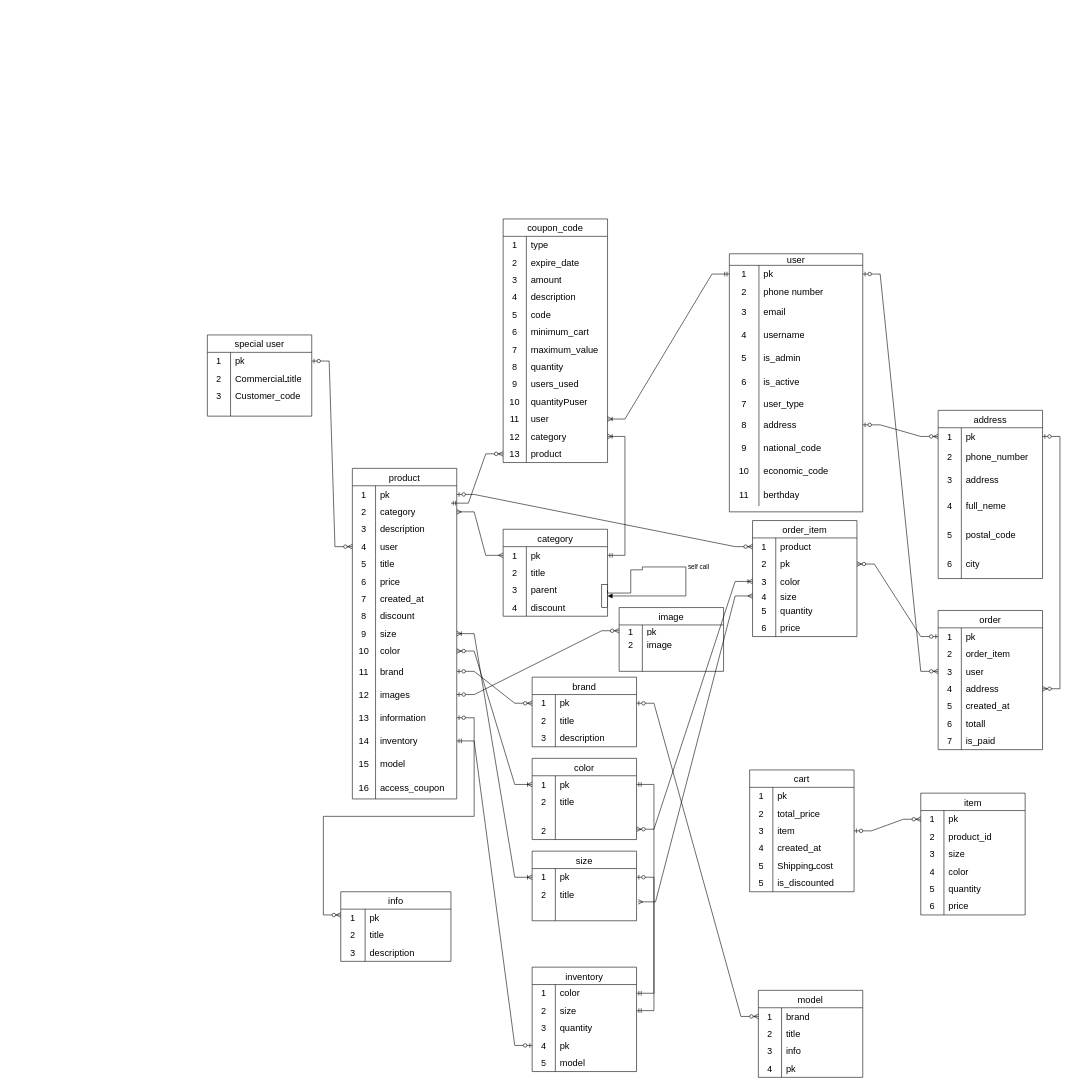
Earlier version of the draw.io diagram shop.drawio (amir1rj/blog). Source tidied: cells renumbered, new cells numbered last; positions are measured from the earlier drawing's top-left corner, leaving out a move shared by most shapes. Both pictures are drawn from the tidied source at 58%, with x=0, y=0 at pixel (-42, 219).
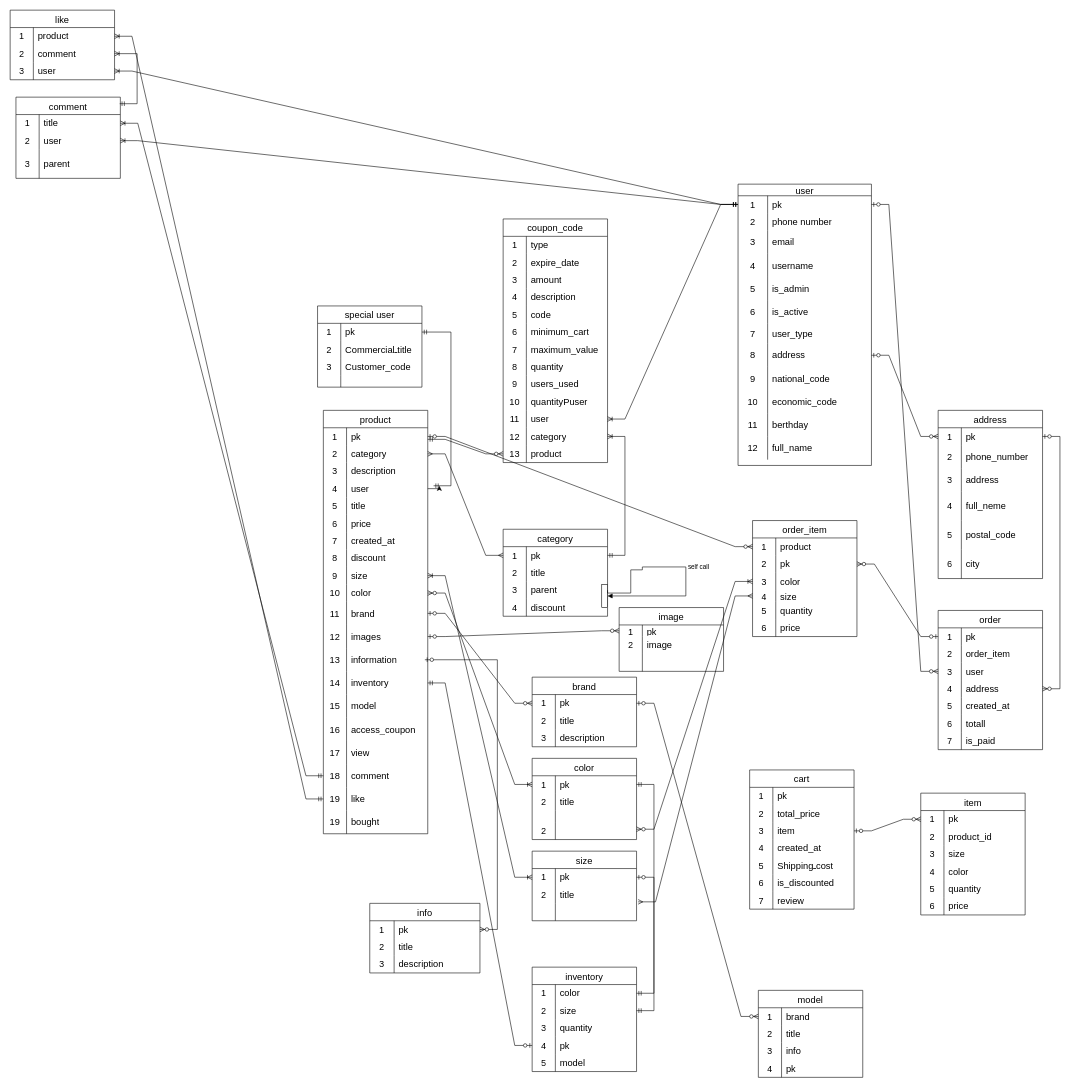
Above is the later version.

Unchanged cells that the change refers to:
```xml
<mxCell id="3" style="shape=tableRow;horizontal=0;startSize=0;swimlaneHead=0;swimlaneBody=0;top=0;left=0;bottom=0;right=0;fillColor=none;points=[[0,0.5],[1,0.5]];portConstraint=eastwest;strokeColor=inherit;fontSize=16;" parent="2" vertex="1">
  <mxGeometry y="20" width="230" height="30" as="geometry" />
</mxCell>
<mxCell id="37" style="shape=tableRow;horizontal=0;startSize=0;swimlaneHead=0;swimlaneBody=0;top=0;left=0;bottom=0;right=0;fillColor=none;points=[[0,0.5],[1,0.5]];portConstraint=eastwest;strokeColor=inherit;fontSize=16;" parent="36" vertex="1">
  <mxGeometry y="30" width="180" height="30" as="geometry" />
</mxCell>
<mxCell id="59" style="shape=tableRow;horizontal=0;startSize=0;swimlaneHead=0;swimlaneBody=0;top=0;left=0;bottom=0;right=0;fillColor=none;points=[[0,0.5],[1,0.5]];portConstraint=eastwest;strokeColor=inherit;fontSize=16;" parent="49" vertex="1">
  <mxGeometry y="120" width="180" height="30" as="geometry" />
</mxCell>
<mxCell id="86" style="shape=tableRow;horizontal=0;startSize=0;swimlaneHead=0;swimlaneBody=0;top=0;left=0;bottom=0;right=0;fillColor=none;points=[[0,0.5],[1,0.5]];portConstraint=eastwest;strokeColor=inherit;fontSize=16;" parent="49" vertex="1">
  <mxGeometry y="410" width="180" height="40" as="geometry" />
</mxCell>
<mxCell id="180" style="shape=tableRow;horizontal=0;startSize=0;swimlaneHead=0;swimlaneBody=0;top=0;left=0;bottom=0;right=0;fillColor=none;points=[[0,0.5],[1,0.5]];portConstraint=eastwest;strokeColor=inherit;fontSize=16;" parent="179" vertex="1">
  <mxGeometry y="30" width="190" height="30" as="geometry" />
</mxCell>
<mxCell id="227" style="shape=tableRow;horizontal=0;startSize=0;swimlaneHead=0;swimlaneBody=0;top=0;left=0;bottom=0;right=0;fillColor=none;points=[[0,0.5],[1,0.5]];portConstraint=eastwest;strokeColor=inherit;fontSize=16;" parent="190" vertex="1">
  <mxGeometry y="390" width="180" height="30" as="geometry" />
</mxCell>
<mxCell id="326" style="shape=tableRow;horizontal=0;startSize=0;swimlaneHead=0;swimlaneBody=0;top=0;left=0;bottom=0;right=0;fillColor=none;strokeColor=inherit;fontSize=16;" parent="310" vertex="1">
  <mxGeometry y="180" width="180" height="30" as="geometry" />
</mxCell>
```

The edit, as a diff of the source:
```diff
@@
     <mxCell id="2" value="user" style="shape=table;startSize=20;childLayout=tableLayout;rowLines=0;fontStyle=0;strokeColor=default;fontSize=16;" parent="1" vertex="1">
-      <mxGeometry x="1330" y="60" width="230" height="445" as="geometry" />
+      <mxGeometry x="1345" y="-60" width="230" height="485" as="geometry" />
     </mxCell>
@@
+    <mxCell id="355" style="shape=tableRow;horizontal=0;startSize=0;swimlaneHead=0;swimlaneBody=0;top=0;left=0;bottom=0;right=0;fillColor=none;strokeColor=inherit;fontSize=16;" parent="2" vertex="1">
+      <mxGeometry y="435" width="230" height="40" as="geometry" />
+    </mxCell>
+    <mxCell id="356" value="12" style="shape=partialRectangle;html=1;whiteSpace=wrap;fillColor=none;top=0;left=0;bottom=0;right=0;overflow=hidden;strokeColor=inherit;fontSize=16;" parent="355" vertex="1">
+      <mxGeometry width="51" height="40" as="geometry" />
+    </mxCell>
+    <mxCell id="357" value="full_name" style="shape=partialRectangle;html=1;whiteSpace=wrap;fillColor=none;top=0;left=0;bottom=0;right=0;align=left;spacingLeft=6;overflow=hidden;strokeColor=inherit;fontSize=16;" parent="355" vertex="1">
+      <mxGeometry x="51" width="179" height="40" as="geometry" />
+    </mxCell>
     <mxCell id="36" value="special user" style="shape=table;startSize=30;childLayout=tableLayout;rowLines=0;fontStyle=0;strokeColor=default;fontSize=16;" parent="1" vertex="1">
-      <mxGeometry x="430" y="200" width="180" height="140" as="geometry" />
+      <mxGeometry x="620" y="150" width="180" height="140" as="geometry" />
     </mxCell>
@@
     <mxCell id="49" value="product" style="shape=table;startSize=30;childLayout=tableLayout;rowLines=0;fontStyle=0;strokeColor=default;fontSize=16;" parent="1" vertex="1">
-      <mxGeometry x="680" y="430" width="180" height="570" as="geometry" />
+      <mxGeometry x="630" y="330" width="180" height="730" as="geometry" />
     </mxCell>
@@
+    <mxCell id="358" style="shape=tableRow;horizontal=0;startSize=0;swimlaneHead=0;swimlaneBody=0;top=0;left=0;bottom=0;right=0;fillColor=none;strokeColor=inherit;fontSize=16;" parent="49" vertex="1">
+      <mxGeometry y="570" width="180" height="40" as="geometry" />
+    </mxCell>
+    <mxCell id="359" value="17" style="shape=partialRectangle;html=1;whiteSpace=wrap;fillColor=none;top=0;left=0;bottom=0;right=0;overflow=hidden;strokeColor=inherit;fontSize=16;" parent="358" vertex="1">
+      <mxGeometry width="40" height="40" as="geometry" />
+    </mxCell>
+    <mxCell id="360" value="view" style="shape=partialRectangle;html=1;whiteSpace=wrap;fillColor=none;top=0;left=0;bottom=0;right=0;align=left;spacingLeft=6;overflow=hidden;strokeColor=inherit;fontSize=16;" parent="358" vertex="1">
+      <mxGeometry x="40" width="140" height="40" as="geometry" />
+    </mxCell>
+    <mxCell id="361" style="shape=tableRow;horizontal=0;startSize=0;swimlaneHead=0;swimlaneBody=0;top=0;left=0;bottom=0;right=0;fillColor=none;points=[[0,0.5],[1,0.5]];portConstraint=eastwest;strokeColor=inherit;fontSize=16;" parent="49" vertex="1">
+      <mxGeometry y="610" width="180" height="40" as="geometry" />
+    </mxCell>
+    <mxCell id="362" value="18" style="shape=partialRectangle;html=1;whiteSpace=wrap;fillColor=none;top=0;left=0;bottom=0;right=0;overflow=hidden;strokeColor=inherit;fontSize=16;" parent="361" vertex="1">
+      <mxGeometry width="40" height="40" as="geometry" />
+    </mxCell>
+    <mxCell id="363" value="comment" style="shape=partialRectangle;html=1;whiteSpace=wrap;fillColor=none;top=0;left=0;bottom=0;right=0;align=left;spacingLeft=6;overflow=hidden;strokeColor=inherit;fontSize=16;" parent="361" vertex="1">
+      <mxGeometry x="40" width="140" height="40" as="geometry" />
+    </mxCell>
+    <mxCell id="364" style="shape=tableRow;horizontal=0;startSize=0;swimlaneHead=0;swimlaneBody=0;top=0;left=0;bottom=0;right=0;fillColor=none;points=[[0,0.5],[1,0.5]];portConstraint=eastwest;strokeColor=inherit;fontSize=16;" parent="49" vertex="1">
+      <mxGeometry y="650" width="180" height="40" as="geometry" />
+    </mxCell>
+    <mxCell id="365" value="19" style="shape=partialRectangle;html=1;whiteSpace=wrap;fillColor=none;top=0;left=0;bottom=0;right=0;overflow=hidden;strokeColor=inherit;fontSize=16;" parent="364" vertex="1">
+      <mxGeometry width="40" height="40" as="geometry" />
+    </mxCell>
+    <mxCell id="366" value="like" style="shape=partialRectangle;html=1;whiteSpace=wrap;fillColor=none;top=0;left=0;bottom=0;right=0;align=left;spacingLeft=6;overflow=hidden;strokeColor=inherit;fontSize=16;" parent="364" vertex="1">
+      <mxGeometry x="40" width="140" height="40" as="geometry" />
+    </mxCell>
+    <mxCell id="367" style="shape=tableRow;horizontal=0;startSize=0;swimlaneHead=0;swimlaneBody=0;top=0;left=0;bottom=0;right=0;fillColor=none;strokeColor=inherit;fontSize=16;" parent="49" vertex="1">
+      <mxGeometry y="690" width="180" height="40" as="geometry" />
+    </mxCell>
+    <mxCell id="368" value="19" style="shape=partialRectangle;html=1;whiteSpace=wrap;fillColor=none;top=0;left=0;bottom=0;right=0;overflow=hidden;strokeColor=inherit;fontSize=16;" parent="367" vertex="1">
+      <mxGeometry width="40" height="40" as="geometry" />
+    </mxCell>
+    <mxCell id="369" value="bought" style="shape=partialRectangle;html=1;whiteSpace=wrap;fillColor=none;top=0;left=0;bottom=0;right=0;align=left;spacingLeft=6;overflow=hidden;strokeColor=inherit;fontSize=16;" parent="367" vertex="1">
+      <mxGeometry x="40" width="140" height="40" as="geometry" />
+    </mxCell>
@@
     <mxCell id="179" value="info" style="shape=table;startSize=30;childLayout=tableLayout;rowLines=0;fontStyle=0;strokeColor=default;fontSize=16;" parent="1" vertex="1">
-      <mxGeometry x="660" y="1160" width="190" height="120" as="geometry" />
+      <mxGeometry x="710" y="1180" width="190" height="120" as="geometry" />
     </mxCell>
@@
-    <mxCell id="189" style="edgeStyle=entityRelationEdgeStyle;fontSize=12;html=1;endArrow=ERzeroToMany;startArrow=ERzeroToOne;rounded=0;exitX=1;exitY=0.5;exitDx=0;exitDy=0;" parent="1" edge="1" source="86">
+    <mxCell id="189" style="edgeStyle=entityRelationEdgeStyle;fontSize=12;html=1;endArrow=ERzeroToMany;startArrow=ERzeroToOne;rounded=0;exitX=1;exitY=0.5;exitDx=0;exitDy=0;" parent="1" edge="1" target="180">
       <mxGeometry relative="1" as="geometry">
-        <mxPoint x="660" y="1200" as="targetPoint" />
+        <mxPoint x="805" y="760" as="sourcePoint" />
         <Array as="points">
-          <mxPoint x="920" y="1070" />
+          <mxPoint x="915" y="1060" />
         </Array>
       </mxGeometry>
     </mxCell>
@@
-    <mxCell id="230" style="edgeStyle=entityRelationEdgeStyle;fontSize=12;html=1;endArrow=ERzeroToMany;startArrow=ERzeroToOne;rounded=0;exitX=1;exitY=0.5;exitDx=0;exitDy=0;entryX=0;entryY=0.5;entryDx=0;entryDy=0;" parent="1" edge="1" source="37" target="59">
-      <mxGeometry relative="1" as="geometry">
-        <Array as="points">
-          <mxPoint x="640" y="480" />
-        </Array>
-      </mxGeometry>
-    </mxCell>
@@
     <mxCell id="310" value="cart" style="shape=table;startSize=30;childLayout=tableLayout;rowLines=0;fontStyle=0;strokeColor=default;fontSize=16;" parent="1" vertex="1">
-      <mxGeometry x="1365" y="950" width="180" height="210" as="geometry" />
+      <mxGeometry x="1365" y="950" width="180" height="240" as="geometry" />
     </mxCell>
@@
-    <mxCell id="327" value="5" style="shape=partialRectangle;html=1;whiteSpace=wrap;fillColor=none;top=0;left=0;bottom=0;right=0;overflow=hidden;strokeColor=inherit;fontSize=16;" parent="326" vertex="1">
+    <mxCell id="327" value="6" style="shape=partialRectangle;html=1;whiteSpace=wrap;fillColor=none;top=0;left=0;bottom=0;right=0;overflow=hidden;strokeColor=inherit;fontSize=16;" parent="326" vertex="1">
       <mxGeometry width="40" height="30" as="geometry" />
     </mxCell>
@@
+    <mxCell id="370" style="shape=tableRow;horizontal=0;startSize=0;swimlaneHead=0;swimlaneBody=0;top=0;left=0;bottom=0;right=0;fillColor=none;strokeColor=inherit;fontSize=16;" parent="310" vertex="1">
+      <mxGeometry y="210" width="180" height="30" as="geometry" />
+    </mxCell>
+    <mxCell id="371" value="7" style="shape=partialRectangle;html=1;whiteSpace=wrap;fillColor=none;top=0;left=0;bottom=0;right=0;overflow=hidden;strokeColor=inherit;fontSize=16;" parent="370" vertex="1">
+      <mxGeometry width="40" height="30" as="geometry" />
+    </mxCell>
+    <mxCell id="372" value="review" style="shape=partialRectangle;html=1;whiteSpace=wrap;fillColor=none;top=0;left=0;bottom=0;right=0;align=left;spacingLeft=6;overflow=hidden;strokeColor=inherit;fontSize=16;" parent="370" vertex="1">
+      <mxGeometry x="40" width="140" height="30" as="geometry" />
+    </mxCell>
@@
-    <mxCell id="353" style="edgeStyle=entityRelationEdgeStyle;fontSize=12;html=1;endArrow=ERzeroToMany;startArrow=ERmandOne;rounded=0;exitX=1;exitY=0.5;exitDx=0;exitDy=0;entryX=0;entryY=0.5;entryDx=0;entryDy=0;" parent="1" edge="1" target="227">
+    <mxCell id="353" style="edgeStyle=entityRelationEdgeStyle;fontSize=12;html=1;endArrow=ERzeroToMany;startArrow=ERmandOne;rounded=0;entryX=0;entryY=0.5;entryDx=0;entryDy=0;" parent="1" edge="1" target="227">
       <mxGeometry relative="1" as="geometry">
-        <mxPoint x="850" y="490" as="sourcePoint" />
+        <mxPoint x="810" y="380" as="sourcePoint" />
         <Array as="points">
           <mxPoint x="1110" y="415" />
         </Array>
       </mxGeometry>
     </mxCell>
@@
+    <mxCell id="373" value="comment" style="shape=table;startSize=30;childLayout=tableLayout;rowLines=0;fontStyle=0;strokeColor=default;fontSize=16;" parent="1" vertex="1">
+      <mxGeometry x="100" y="-210" width="180" height="140" as="geometry" />
+    </mxCell>
+    <mxCell id="374" style="shape=tableRow;horizontal=0;startSize=0;swimlaneHead=0;swimlaneBody=0;top=0;left=0;bottom=0;right=0;fillColor=none;points=[[0,0.5],[1,0.5]];portConstraint=eastwest;strokeColor=inherit;fontSize=16;" parent="373" vertex="1">
+      <mxGeometry y="30" width="180" height="30" as="geometry" />
+    </mxCell>
+    <mxCell id="375" value="1" style="shape=partialRectangle;html=1;whiteSpace=wrap;fillColor=none;top=0;left=0;bottom=0;right=0;overflow=hidden;strokeColor=inherit;fontSize=16;" parent="374" vertex="1">
+      <mxGeometry width="40" height="30" as="geometry" />
+    </mxCell>
+    <mxCell id="376" value="title" style="shape=partialRectangle;html=1;whiteSpace=wrap;fillColor=none;top=0;left=0;bottom=0;right=0;align=left;spacingLeft=6;overflow=hidden;strokeColor=inherit;fontSize=16;" parent="374" vertex="1">
+      <mxGeometry x="40" width="140" height="30" as="geometry" />
+    </mxCell>
+    <mxCell id="377" style="shape=tableRow;horizontal=0;startSize=0;swimlaneHead=0;swimlaneBody=0;top=0;left=0;bottom=0;right=0;fillColor=none;points=[[0,0.5],[1,0.5]];portConstraint=eastwest;strokeColor=inherit;fontSize=16;" parent="373" vertex="1">
+      <mxGeometry y="60" width="180" height="30" as="geometry" />
+    </mxCell>
+    <mxCell id="378" value="2" style="shape=partialRectangle;html=1;whiteSpace=wrap;fillColor=none;top=0;left=0;bottom=0;right=0;overflow=hidden;strokeColor=inherit;fontSize=16;" parent="377" vertex="1">
+      <mxGeometry width="40" height="30" as="geometry" />
+    </mxCell>
+    <mxCell id="379" value="user" style="shape=partialRectangle;html=1;whiteSpace=wrap;fillColor=none;top=0;left=0;bottom=0;right=0;align=left;spacingLeft=6;overflow=hidden;strokeColor=inherit;fontSize=16;" parent="377" vertex="1">
+      <mxGeometry x="40" width="140" height="30" as="geometry" />
+    </mxCell>
+    <mxCell id="380" style="shape=tableRow;horizontal=0;startSize=0;swimlaneHead=0;swimlaneBody=0;top=0;left=0;bottom=0;right=0;fillColor=none;strokeColor=inherit;fontSize=16;" parent="373" vertex="1">
+      <mxGeometry y="90" width="180" height="50" as="geometry" />
+    </mxCell>
+    <mxCell id="381" value="3" style="shape=partialRectangle;html=1;whiteSpace=wrap;fillColor=none;top=0;left=0;bottom=0;right=0;overflow=hidden;strokeColor=inherit;fontSize=16;" parent="380" vertex="1">
+      <mxGeometry width="40" height="50" as="geometry" />
+    </mxCell>
+    <mxCell id="382" value="parent" style="shape=partialRectangle;html=1;whiteSpace=wrap;fillColor=none;top=0;left=0;bottom=0;right=0;align=left;spacingLeft=6;overflow=hidden;strokeColor=inherit;fontSize=16;" parent="380" vertex="1">
+      <mxGeometry x="40" width="140" height="50" as="geometry" />
+    </mxCell>
+    <mxCell id="383" style="edgeStyle=entityRelationEdgeStyle;fontSize=12;html=1;endArrow=ERoneToMany;startArrow=ERmandOne;rounded=0;entryX=1;entryY=0.5;entryDx=0;entryDy=0;exitX=0;exitY=0.5;exitDx=0;exitDy=0;" parent="1" edge="1" source="361" target="374">
+      <mxGeometry relative="1" as="geometry" />
+    </mxCell>
+    <mxCell id="384" value="like" style="shape=table;startSize=30;childLayout=tableLayout;rowLines=0;fontStyle=0;strokeColor=default;fontSize=16;" parent="1" vertex="1">
+      <mxGeometry x="90" y="-360" width="180" height="120" as="geometry" />
+    </mxCell>
+    <mxCell id="385" style="shape=tableRow;horizontal=0;startSize=0;swimlaneHead=0;swimlaneBody=0;top=0;left=0;bottom=0;right=0;fillColor=none;points=[[0,0.5],[1,0.5]];portConstraint=eastwest;strokeColor=inherit;fontSize=16;" parent="384" vertex="1">
+      <mxGeometry y="30" width="180" height="30" as="geometry" />
+    </mxCell>
+    <mxCell id="386" value="1" style="shape=partialRectangle;html=1;whiteSpace=wrap;fillColor=none;top=0;left=0;bottom=0;right=0;overflow=hidden;strokeColor=inherit;fontSize=16;" parent="385" vertex="1">
+      <mxGeometry width="40" height="30" as="geometry" />
+    </mxCell>
+    <mxCell id="387" value="product" style="shape=partialRectangle;html=1;whiteSpace=wrap;fillColor=none;top=0;left=0;bottom=0;right=0;align=left;spacingLeft=6;overflow=hidden;strokeColor=inherit;fontSize=16;" parent="385" vertex="1">
+      <mxGeometry x="40" width="140" height="30" as="geometry" />
+    </mxCell>
+    <mxCell id="388" style="shape=tableRow;horizontal=0;startSize=0;swimlaneHead=0;swimlaneBody=0;top=0;left=0;bottom=0;right=0;fillColor=none;points=[[0,0.5],[1,0.5]];portConstraint=eastwest;strokeColor=inherit;fontSize=16;" parent="384" vertex="1">
+      <mxGeometry y="60" width="180" height="30" as="geometry" />
+    </mxCell>
+    <mxCell id="389" value="2" style="shape=partialRectangle;html=1;whiteSpace=wrap;fillColor=none;top=0;left=0;bottom=0;right=0;overflow=hidden;strokeColor=inherit;fontSize=16;" parent="388" vertex="1">
+      <mxGeometry width="40" height="30" as="geometry" />
+    </mxCell>
+    <mxCell id="390" value="comment" style="shape=partialRectangle;html=1;whiteSpace=wrap;fillColor=none;top=0;left=0;bottom=0;right=0;align=left;spacingLeft=6;overflow=hidden;strokeColor=inherit;fontSize=16;" parent="388" vertex="1">
+      <mxGeometry x="40" width="140" height="30" as="geometry" />
+    </mxCell>
+    <mxCell id="391" style="shape=tableRow;horizontal=0;startSize=0;swimlaneHead=0;swimlaneBody=0;top=0;left=0;bottom=0;right=0;fillColor=none;points=[[0,0.5],[1,0.5]];portConstraint=eastwest;strokeColor=inherit;fontSize=16;" parent="384" vertex="1">
+      <mxGeometry y="90" width="180" height="30" as="geometry" />
+    </mxCell>
+    <mxCell id="392" value="3" style="shape=partialRectangle;html=1;whiteSpace=wrap;fillColor=none;top=0;left=0;bottom=0;right=0;overflow=hidden;strokeColor=inherit;fontSize=16;" parent="391" vertex="1">
+      <mxGeometry width="40" height="30" as="geometry" />
+    </mxCell>
+    <mxCell id="393" value="user" style="shape=partialRectangle;html=1;whiteSpace=wrap;fillColor=none;top=0;left=0;bottom=0;right=0;align=left;spacingLeft=6;overflow=hidden;strokeColor=inherit;fontSize=16;" parent="391" vertex="1">
+      <mxGeometry x="40" width="140" height="30" as="geometry" />
+    </mxCell>
+    <mxCell id="394" style="edgeStyle=entityRelationEdgeStyle;fontSize=12;html=1;endArrow=ERoneToMany;startArrow=ERmandOne;rounded=0;entryX=1;entryY=0.5;entryDx=0;entryDy=0;" parent="1" edge="1" source="3" target="391">
+      <mxGeometry relative="1" as="geometry" />
+    </mxCell>
+    <mxCell id="395" style="edgeStyle=entityRelationEdgeStyle;fontSize=12;html=1;endArrow=ERmandOne;startArrow=ERmandOne;rounded=0;entryX=1;entryY=0.5;entryDx=0;entryDy=0;" parent="1" edge="1" target="37">
+      <mxGeometry relative="1" as="geometry">
+        <mxPoint x="820" y="460" as="sourcePoint" />
+      </mxGeometry>
+    </mxCell>
+    <mxCell id="396" style="edgeStyle=orthogonalEdgeStyle;rounded=0;jettySize=auto;html=1;exitX=1;exitY=0.5;exitDx=0;exitDy=0;" parent="1" edge="1" source="59">
+      <mxGeometry relative="1" as="geometry">
+        <mxPoint x="830" y="460" as="targetPoint" />
+      </mxGeometry>
+    </mxCell>
+    <mxCell id="397" style="edgeStyle=entityRelationEdgeStyle;fontSize=12;html=1;endArrow=ERoneToMany;startArrow=ERmandOne;rounded=0;entryX=1;entryY=0.5;entryDx=0;entryDy=0;exitX=0;exitY=0.5;exitDx=0;exitDy=0;" parent="1" edge="1" source="3" target="377">
+      <mxGeometry relative="1" as="geometry" />
+    </mxCell>
+    <mxCell id="398" style="edgeStyle=entityRelationEdgeStyle;fontSize=12;html=1;endArrow=ERoneToMany;startArrow=ERmandOne;rounded=0;entryX=1;entryY=0.5;entryDx=0;entryDy=0;" parent="1" edge="1" target="388">
+      <mxGeometry relative="1" as="geometry">
+        <mxPoint x="278.9" y="-198.7" as="sourcePoint" />
+      </mxGeometry>
+    </mxCell>
+    <mxCell id="399" style="edgeStyle=entityRelationEdgeStyle;fontSize=12;html=1;endArrow=ERoneToMany;startArrow=ERmandOne;rounded=0;entryX=1;entryY=0.5;entryDx=0;entryDy=0;exitX=0;exitY=0.5;exitDx=0;exitDy=0;" parent="1" edge="1" source="364" target="385">
+      <mxGeometry relative="1" as="geometry" />
+    </mxCell>
```
